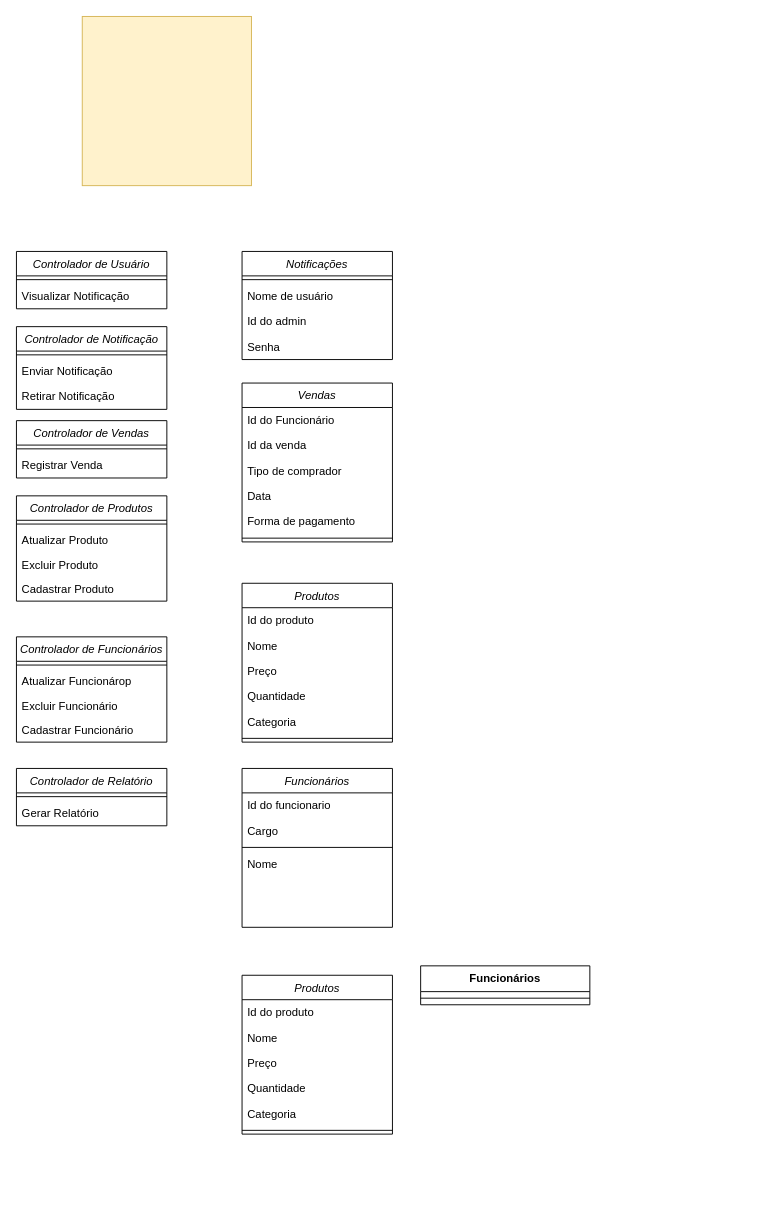
This is Diagrama de Classe.drawio from belleruivo/cantina-fatore, a draw.io file, before an edit. Source tidied: cells renumbered, new cells numbered last; positions are measured from the earlier drawing's top-left corner, leaving out a move shared by most shapes. Both pictures are drawn from the tidied source at 94%, with x=0, y=0 at pixel (16, 16).
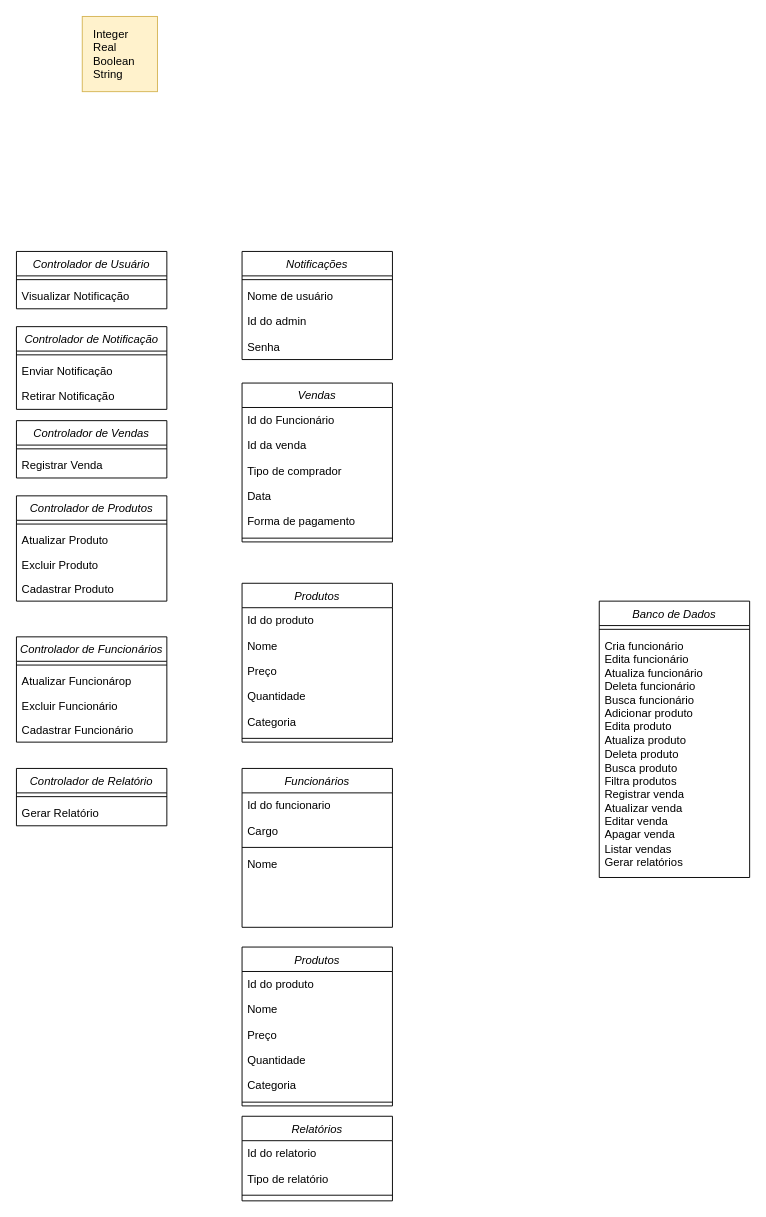
The same diagram, later.

The edit, as a diff of the source:
```diff
@@
-    <mxCell id="49" value="Funcionários" style="swimlane;fontStyle=1;align=center;verticalAlign=top;horizontal=1;startSize=27.428571428571427;" parent="1" vertex="1">
-      <mxGeometry x="430" y="1010" width="180" height="41.4" as="geometry" />
-    </mxCell>
-    <mxCell id="50" style="line;strokeWidth=1;fillColor=none;align=left;verticalAlign=middle;spacingTop=-1;spacingLeft=3;spacingRight=3;labelPosition=right;strokeColor=inherit;" parent="49" vertex="1">
-      <mxGeometry y="27.4" width="180" height="14" as="geometry" />
-    </mxCell>
     <mxCell id="51" value="Produtos" style="swimlane;fontStyle=2;align=center;verticalAlign=top;horizontal=1;startSize=26;rounded=0;shadow=0;strokeWidth=1;" parent="1" vertex="1">
-      <mxGeometry x="240" y="1020" width="160" height="169" as="geometry" />
+      <mxGeometry x="240" y="990" width="160" height="169" as="geometry" />
     </mxCell>
@@
     <mxCell id="58" style="whiteSpace=wrap;html=1;fillColor=#fff2cc;strokeColor=#d6b656;" parent="1" vertex="1">
-      <mxGeometry x="70" width="180" height="180" as="geometry" />
+      <mxGeometry x="70" width="80" height="80" as="geometry" />
     </mxCell>
+    <mxCell id="59" value="Integer&lt;div&gt;Real&lt;/div&gt;&lt;div&gt;Boolean&lt;/div&gt;&lt;div&gt;String&lt;/div&gt;" style="text;html=1;align=left;verticalAlign=middle;whiteSpace=wrap;rounded=0;" parent="1" vertex="1">
+      <mxGeometry x="80" y="10" width="60" height="60" as="geometry" />
+    </mxCell>
+    <mxCell id="60" value="Relatórios" style="swimlane;fontStyle=2;align=center;verticalAlign=top;horizontal=1;startSize=26;rounded=0;shadow=0;strokeWidth=1;" parent="1" vertex="1">
+      <mxGeometry x="240" y="1170" width="160" height="90" as="geometry" />
+    </mxCell>
+    <mxCell id="61" value="Id do relatorio" style="text;strokeColor=none;fillColor=none;align=left;verticalAlign=top;spacingLeft=4;spacingRight=4;overflow=hidden;" parent="60" vertex="1">
+      <mxGeometry y="26" width="160" height="27" as="geometry" />
+    </mxCell>
+    <mxCell id="62" value="Tipo de relatório" style="text;strokeColor=none;fillColor=none;align=left;verticalAlign=top;spacingLeft=4;spacingRight=4;overflow=hidden;" parent="60" vertex="1">
+      <mxGeometry y="53" width="160" height="27" as="geometry" />
+    </mxCell>
+    <mxCell id="63" style="line;html=1;strokeWidth=1;align=left;verticalAlign=middle;spacingTop=-1;spacingLeft=3;spacingRight=3;labelPosition=right;" parent="60" vertex="1">
+      <mxGeometry y="80" width="160" height="8" as="geometry" />
+    </mxCell>
+    <mxCell id="64" value="Banco de Dados" style="swimlane;fontStyle=2;align=center;verticalAlign=top;horizontal=1;startSize=26;rounded=0;shadow=0;strokeWidth=1;" parent="1" vertex="1">
+      <mxGeometry x="620" y="622" width="160" height="294" as="geometry" />
+    </mxCell>
+    <mxCell id="65" style="line;html=1;strokeWidth=1;align=left;verticalAlign=middle;spacingTop=-1;spacingLeft=3;spacingRight=3;labelPosition=right;" parent="64" vertex="1">
+      <mxGeometry y="26" width="160" height="8" as="geometry" />
+    </mxCell>
+    <mxCell id="66" value="Cria funcionário&lt;div&gt;Edita funcionário&lt;/div&gt;&lt;div&gt;Atualiza funcionário&lt;/div&gt;&lt;div&gt;Deleta funcionário&lt;/div&gt;&lt;div&gt;Busca funcionário&lt;/div&gt;&lt;div&gt;Adicionar produto&lt;/div&gt;&lt;div&gt;Edita produto&lt;/div&gt;&lt;div&gt;Atualiza produto&lt;/div&gt;&lt;div&gt;Deleta produto&lt;/div&gt;&lt;div&gt;Busca produto&lt;/div&gt;&lt;div&gt;Filtra produtos&lt;/div&gt;&lt;div&gt;Registrar venda&lt;/div&gt;&lt;div&gt;Atualizar venda&lt;/div&gt;&lt;div&gt;Editar venda&lt;/div&gt;&lt;div&gt;Apagar venda&lt;/div&gt;&lt;div&gt;Listar vendas&lt;/div&gt;&lt;div&gt;Gerar relatórios&lt;/div&gt;" style="text;strokeColor=none;fillColor=none;align=left;verticalAlign=top;spacingLeft=4;spacingRight=4;overflow=hidden;whiteSpace=wrap;html=1;" parent="64" vertex="1">
+      <mxGeometry y="34" width="160" height="260" as="geometry" />
+    </mxCell>
```
